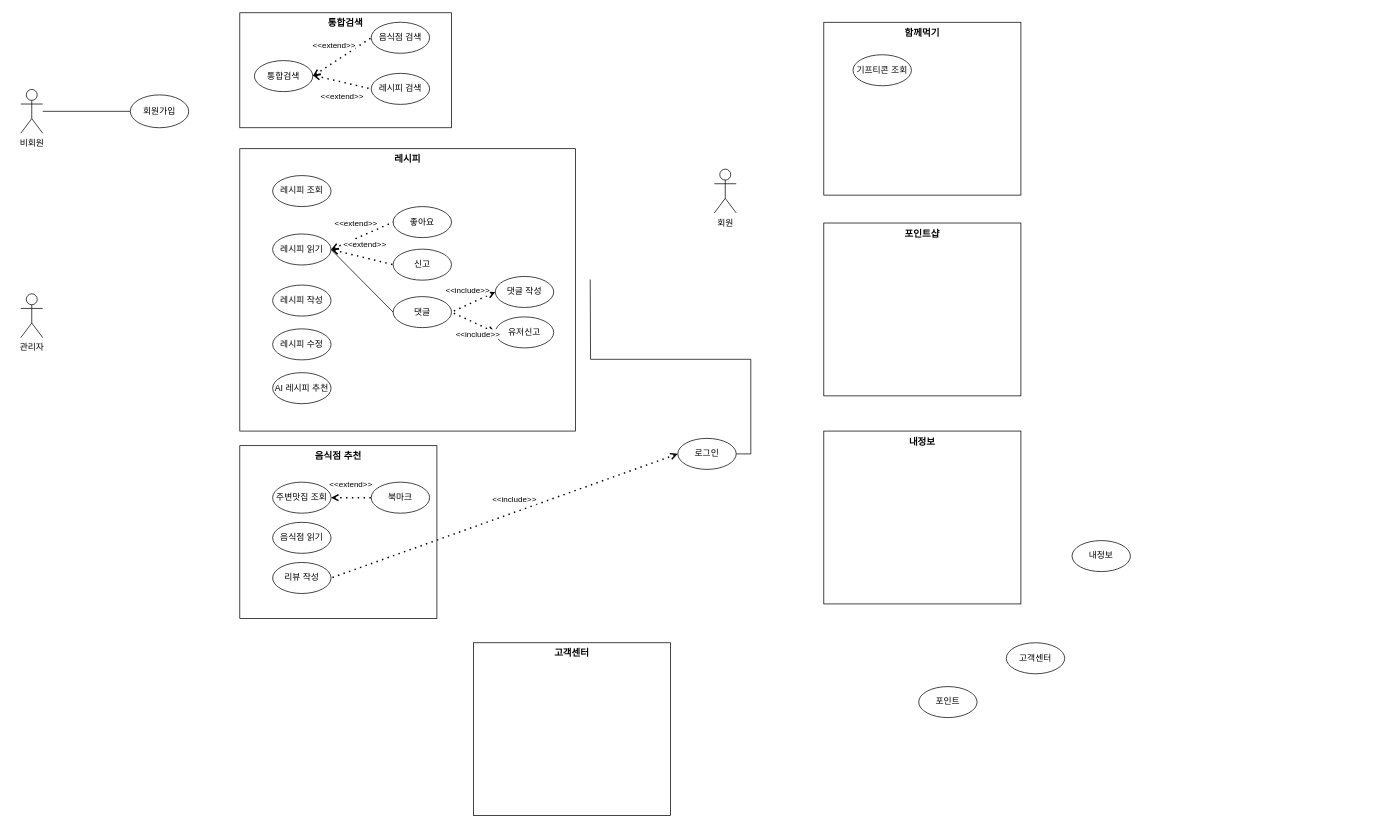
Earlier version of the draw.io diagram 01. 개인활동/usecase.drawio (Jihyeon818/DevOps_StudyNote). Source tidied: cells renumbered, new cells numbered last; positions are measured from the earlier drawing's top-left corner, leaving out a move shared by most shapes. Both pictures are drawn from the tidied source at 73%, with x=0, y=0 at pixel (20, 12).
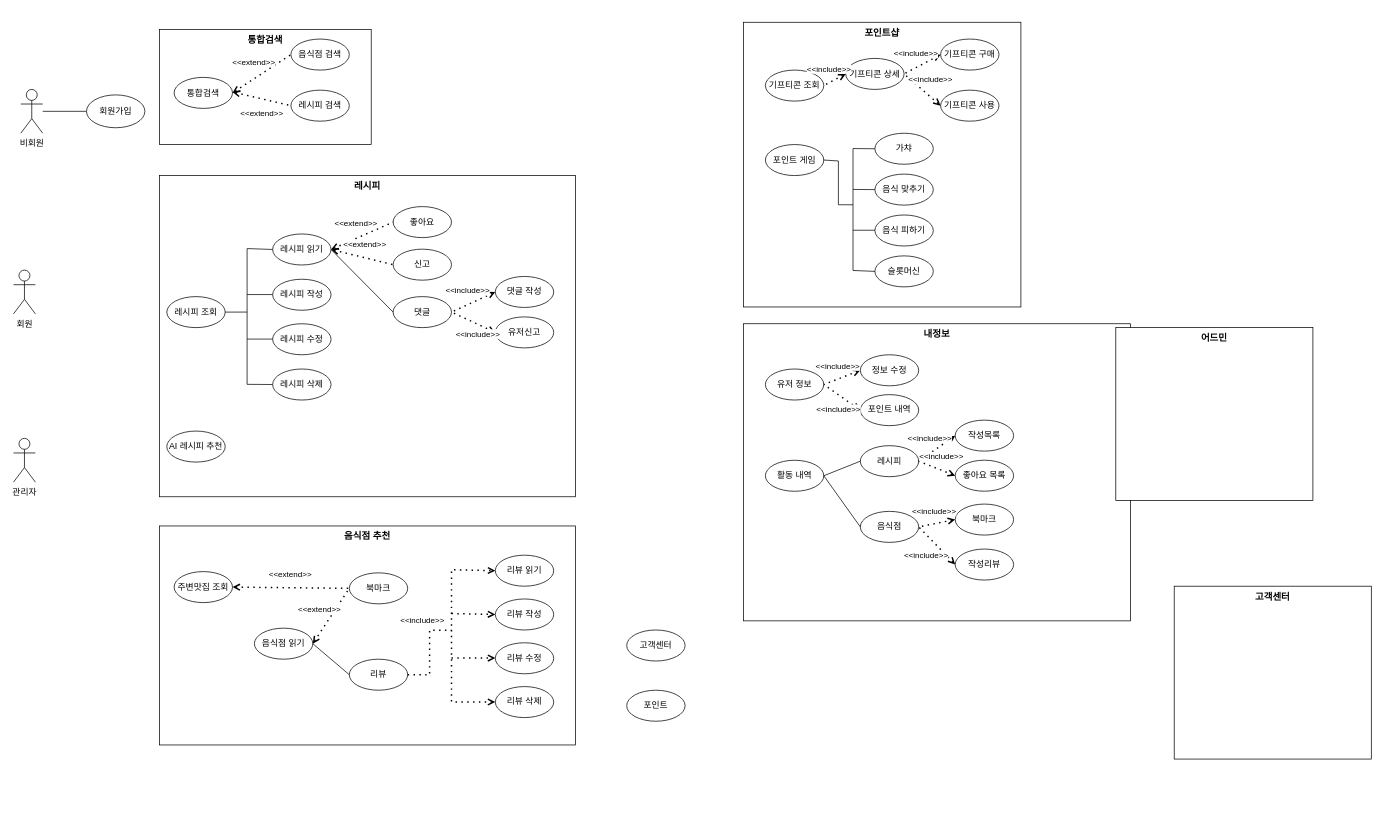
Above is the later version.

What changed in the source:
```diff
@@
+    <mxCell id="34" value="내정보" style="rounded=0;whiteSpace=wrap;html=1;fontSize=13;verticalAlign=top;fontStyle=1;" parent="1" vertex="1">
+      <mxGeometry x="990" y="426" width="530" height="407" as="geometry" />
+    </mxCell>
-    <mxCell id="2" value="함께먹기" style="rounded=0;whiteSpace=wrap;html=1;fontSize=13;verticalAlign=top;fontStyle=1;" parent="1" vertex="1">
-      <mxGeometry x="1100" y="13" width="270" height="236.8" as="geometry" />
+    <mxCell id="2" value="포인트샵" style="rounded=0;whiteSpace=wrap;html=1;fontSize=13;verticalAlign=top;fontStyle=1;" parent="1" vertex="1">
+      <mxGeometry x="990" y="13" width="380" height="390" as="geometry" />
     </mxCell>
     <mxCell id="3" value="음식점 추천" style="rounded=0;whiteSpace=wrap;html=1;fontSize=13;verticalAlign=top;fontStyle=1;" parent="1" vertex="1">
-      <mxGeometry x="300" y="593" width="270" height="236.8" as="geometry" />
+      <mxGeometry x="190" y="703" width="570" height="300" as="geometry" />
     </mxCell>
     <mxCell id="4" value="레시피" style="rounded=0;whiteSpace=wrap;html=1;fontSize=13;verticalAlign=top;fontStyle=1;" parent="1" vertex="1">
-      <mxGeometry x="300" y="186.2" width="460" height="386.8" as="geometry" />
+      <mxGeometry x="190" y="223" width="570" height="440" as="geometry" />
     </mxCell>
     <mxCell id="5" value="통합검색" style="rounded=0;whiteSpace=wrap;html=1;fontSize=13;verticalAlign=top;fontStyle=1;" parent="1" vertex="1">
-      <mxGeometry x="300" width="290" height="157.5" as="geometry" />
+      <mxGeometry x="190" y="23" width="290" height="157.5" as="geometry" />
     </mxCell>
@@
     <mxCell id="8" value="회원" style="shape=umlActor;verticalLabelPosition=bottom;verticalAlign=top;html=1;" parent="1" vertex="1">
-      <mxGeometry x="950" y="214.2" width="30" height="60" as="geometry" />
+      <mxGeometry x="-10" y="352.5" width="30" height="60" as="geometry" />
     </mxCell>
     <mxCell id="9" value="관리자" style="shape=umlActor;verticalLabelPosition=bottom;verticalAlign=top;html=1;" parent="1" vertex="1">
-      <mxGeometry y="385" width="30" height="60" as="geometry" />
+      <mxGeometry x="-10" y="583" width="30" height="60" as="geometry" />
     </mxCell>
     <mxCell id="10" value="&lt;div style=&quot;&quot;&gt;&lt;span style=&quot;background-color: initial;&quot;&gt;회원가입&lt;/span&gt;&lt;/div&gt;" style="ellipse;whiteSpace=wrap;html=1;verticalAlign=middle;align=center;" parent="1" vertex="1">
-      <mxGeometry x="150" y="112.5" width="80" height="45" as="geometry" />
+      <mxGeometry x="90" y="112.5" width="80" height="45" as="geometry" />
     </mxCell>
-    <mxCell id="11" style="edgeStyle=orthogonalEdgeStyle;rounded=0;jettySize=auto;html=1;exitX=1;exitY=0.5;exitDx=0;exitDy=0;endArrow=none;endFill=0;" parent="1" edge="1" source="12">
-      <mxGeometry relative="1" as="geometry">
-        <mxPoint x="780" y="365.4" as="targetPoint" />
-      </mxGeometry>
-    </mxCell>
-    <mxCell id="12" value="로그인" style="ellipse;whiteSpace=wrap;html=1;" parent="1" vertex="1">
-      <mxGeometry x="900" y="583" width="80" height="42.5" as="geometry" />
-    </mxCell>
     <mxCell id="13" value="고객센터" style="ellipse;whiteSpace=wrap;html=1;" parent="1" vertex="1">
-      <mxGeometry x="1350" y="863" width="80" height="42.5" as="geometry" />
+      <mxGeometry x="830" y="845.5" width="80" height="42.5" as="geometry" />
     </mxCell>
     <mxCell id="14" value="통합검색" style="ellipse;whiteSpace=wrap;html=1;" parent="1" vertex="1">
-      <mxGeometry x="320" y="65.5" width="80" height="42.5" as="geometry" />
+      <mxGeometry x="210" y="88.5" width="80" height="42.5" as="geometry" />
     </mxCell>
     <mxCell id="15" value="레시피 조회" style="ellipse;whiteSpace=wrap;html=1;" parent="1" vertex="1">
-      <mxGeometry x="345" y="223" width="80" height="42.5" as="geometry" />
+      <mxGeometry x="200" y="388.8" width="80" height="42.5" as="geometry" />
     </mxCell>
     <mxCell id="16" value="주변맛집 조회" style="ellipse;whiteSpace=wrap;html=1;" parent="1" vertex="1">
-      <mxGeometry x="345" y="643" width="80" height="42.5" as="geometry" />
+      <mxGeometry x="210" y="765.5" width="80" height="42.5" as="geometry" />
     </mxCell>
     <mxCell id="17" value="음식점 읽기" style="ellipse;whiteSpace=wrap;html=1;" parent="1" vertex="1">
-      <mxGeometry x="345" y="698" width="80" height="42.5" as="geometry" />
+      <mxGeometry x="320" y="843" width="80" height="42.5" as="geometry" />
     </mxCell>
     <mxCell id="18" value="리뷰 작성" style="ellipse;whiteSpace=wrap;html=1;" parent="1" vertex="1">
-      <mxGeometry x="345" y="753" width="80" height="42.5" as="geometry" />
+      <mxGeometry x="650" y="803" width="80" height="42.5" as="geometry" />
     </mxCell>
-    <mxCell id="19" value="내정보" style="ellipse;whiteSpace=wrap;html=1;" parent="1" vertex="1">
-      <mxGeometry x="1440" y="723" width="80" height="42.5" as="geometry" />
+    <mxCell id="19" value="유저 정보" style="ellipse;whiteSpace=wrap;html=1;" parent="1" vertex="1">
+      <mxGeometry x="1020" y="488" width="80" height="42.5" as="geometry" />
     </mxCell>
     <mxCell id="20" value="포인트" style="ellipse;whiteSpace=wrap;html=1;" parent="1" vertex="1">
-      <mxGeometry x="1230" y="923" width="80" height="42.5" as="geometry" />
+      <mxGeometry x="830" y="928" width="80" height="42.5" as="geometry" />
     </mxCell>
     <mxCell id="21" value="레시피 검색" style="ellipse;whiteSpace=wrap;html=1;" parent="1" vertex="1">
-      <mxGeometry x="480" y="83" width="80" height="42.5" as="geometry" />
+      <mxGeometry x="370" y="106" width="80" height="42.5" as="geometry" />
     </mxCell>
     <mxCell id="22" value="음식점 검색" style="ellipse;whiteSpace=wrap;html=1;" parent="1" vertex="1">
-      <mxGeometry x="480" y="13" width="80" height="42.5" as="geometry" />
+      <mxGeometry x="370" y="36" width="80" height="42.5" as="geometry" />
     </mxCell>
@@
     <mxCell id="24" value="&amp;lt;&amp;lt;extend&amp;gt;&amp;gt;" style="endArrow=none;dashed=1;html=1;dashPattern=1 3;strokeWidth=2;rounded=0;entryX=0;entryY=0.5;entryDx=0;entryDy=0;startArrow=open;startFill=0;verticalAlign=middle;" parent="1" edge="1" target="21">
       <mxGeometry x="0.11" y="-20" relative="1" as="geometry">
-        <mxPoint x="400" y="85.5" as="sourcePoint" />
+        <mxPoint x="290" y="108.5" as="sourcePoint" />
       </mxGeometry>
     </mxCell>
-    <mxCell id="25" value="레시피 읽기" style="ellipse;whiteSpace=wrap;html=1;" parent="1" vertex="1">
+    <mxCell id="25" value="레시피 읽기" style="ellipse;whiteSpace=wrap;html=1;flipV=1;" parent="1" vertex="1">
       <mxGeometry x="345" y="303" width="80" height="42.5" as="geometry" />
     </mxCell>
-    <mxCell id="26" value="레시피 작성" style="ellipse;whiteSpace=wrap;html=1;" parent="1" vertex="1">
-      <mxGeometry x="345" y="373" width="80" height="42.5" as="geometry" />
+    <mxCell id="26" value="레시피 작성" style="ellipse;whiteSpace=wrap;html=1;flipV=1;" parent="1" vertex="1">
+      <mxGeometry x="345" y="365" width="80" height="42.5" as="geometry" />
     </mxCell>
@@
     <mxCell id="29" value="북마크" style="ellipse;whiteSpace=wrap;html=1;" parent="1" vertex="1">
-      <mxGeometry x="480" y="643" width="80" height="42.5" as="geometry" />
+      <mxGeometry x="450" y="767.2" width="80" height="42.5" as="geometry" />
     </mxCell>
@@
-    <mxCell id="31" value="&amp;lt;&amp;lt;include&amp;gt;&amp;gt;" style="endArrow=none;dashed=1;html=1;dashPattern=1 3;strokeWidth=2;rounded=0;entryX=1;entryY=0.5;entryDx=0;entryDy=0;startArrow=open;startFill=0;verticalAlign=middle;exitX=0;exitY=0.5;exitDx=0;exitDy=0;" parent="1" edge="1" source="12" target="18">
-      <mxGeometry x="-0.08" y="-16" relative="1" as="geometry" />
-    </mxCell>
     <mxCell id="32" value="기프티콘 조회" style="ellipse;whiteSpace=wrap;html=1;" parent="1" vertex="1">
-      <mxGeometry x="1140" y="57.5" width="80" height="42.5" as="geometry" />
+      <mxGeometry x="1020" y="78.5" width="80" height="42.5" as="geometry" />
     </mxCell>
     <mxCell id="33" value="AI 레시피 추천" style="ellipse;whiteSpace=wrap;html=1;" parent="1" vertex="1">
-      <mxGeometry x="345" y="493" width="80" height="42.5" as="geometry" />
+      <mxGeometry x="200" y="573" width="80" height="42.5" as="geometry" />
     </mxCell>
-    <mxCell id="34" value="포인트샵" style="rounded=0;whiteSpace=wrap;html=1;fontSize=13;verticalAlign=top;fontStyle=1;" parent="1" vertex="1">
-      <mxGeometry x="1100" y="288" width="270" height="236.8" as="geometry" />
-    </mxCell>
-    <mxCell id="35" value="내정보" style="rounded=0;whiteSpace=wrap;html=1;fontSize=13;verticalAlign=top;fontStyle=1;" parent="1" vertex="1">
-      <mxGeometry x="1100" y="573" width="270" height="236.8" as="geometry" />
+    <mxCell id="35" value="고객센터" style="rounded=0;whiteSpace=wrap;html=1;fontSize=13;verticalAlign=top;fontStyle=1;" parent="1" vertex="1">
+      <mxGeometry x="1580" y="785.5" width="270" height="236.8" as="geometry" />
     </mxCell>
-    <mxCell id="36" value="고객센터" style="rounded=0;whiteSpace=wrap;html=1;fontSize=13;verticalAlign=top;fontStyle=1;" parent="1" vertex="1">
-      <mxGeometry x="620" y="863" width="270" height="236.8" as="geometry" />
+    <mxCell id="36" value="어드민" style="rounded=0;whiteSpace=wrap;html=1;fontSize=13;verticalAlign=top;fontStyle=1;" parent="1" vertex="1">
+      <mxGeometry x="1500" y="431.2" width="270" height="236.8" as="geometry" />
     </mxCell>
@@
-    <mxCell id="39" value="레시피 수정" style="ellipse;whiteSpace=wrap;html=1;" parent="1" vertex="1">
-      <mxGeometry x="345" y="433" width="80" height="42.5" as="geometry" />
+    <mxCell id="39" value="레시피 수정" style="ellipse;whiteSpace=wrap;html=1;flipV=1;" parent="1" vertex="1">
+      <mxGeometry x="345" y="426" width="80" height="42.5" as="geometry" />
     </mxCell>
@@
+    <mxCell id="46" value="리뷰" style="ellipse;whiteSpace=wrap;html=1;" parent="1" vertex="1">
+      <mxGeometry x="450" y="885.5" width="80" height="42.5" as="geometry" />
+    </mxCell>
+    <mxCell id="47" value="리뷰 수정" style="ellipse;whiteSpace=wrap;html=1;" parent="1" vertex="1">
+      <mxGeometry x="650" y="863" width="80" height="42.5" as="geometry" />
+    </mxCell>
+    <mxCell id="48" value="리뷰 읽기" style="ellipse;whiteSpace=wrap;html=1;" parent="1" vertex="1">
+      <mxGeometry x="650" y="743" width="80" height="42.5" as="geometry" />
+    </mxCell>
+    <mxCell id="49" value="레시피 삭제" style="ellipse;whiteSpace=wrap;html=1;flipV=1;" parent="1" vertex="1">
+      <mxGeometry x="345" y="488" width="80" height="42.5" as="geometry" />
+    </mxCell>
+    <mxCell id="50" value="&amp;lt;&amp;lt;extend&amp;gt;&amp;gt;" style="endArrow=none;dashed=1;html=1;dashPattern=1 3;strokeWidth=2;rounded=0;exitX=1;exitY=0.5;exitDx=0;exitDy=0;startArrow=open;startFill=0;verticalAlign=middle;entryX=0;entryY=0.5;entryDx=0;entryDy=0;" parent="1" edge="1" source="17" target="29">
+      <mxGeometry y="18" relative="1" as="geometry">
+        <mxPoint x="-1" as="offset" />
+      </mxGeometry>
+    </mxCell>
+    <mxCell id="51" style="endArrow=none;html=1;rounded=0;entryX=1;entryY=0.5;entryDx=0;entryDy=0;exitX=0;exitY=0.5;exitDx=0;exitDy=0;" parent="1" edge="1" source="46" target="17">
+      <mxGeometry relative="1" as="geometry" />
+    </mxCell>
+    <mxCell id="52" value="리뷰 삭제" style="ellipse;whiteSpace=wrap;html=1;" parent="1" vertex="1">
+      <mxGeometry x="650" y="923" width="80" height="42.5" as="geometry" />
+    </mxCell>
+    <mxCell id="53" style="endArrow=open;dashed=1;html=1;dashPattern=1 3;strokeWidth=2;rounded=0;entryX=0;entryY=0.5;entryDx=0;entryDy=0;exitX=0;exitY=0.5;exitDx=0;exitDy=0;startArrow=open;startFill=0;endFill=0;" parent="1" edge="1" source="52" target="48">
+      <mxGeometry relative="1" as="geometry">
+        <Array as="points">
+          <mxPoint x="590" y="944" />
+          <mxPoint x="590" y="763" />
+        </Array>
+      </mxGeometry>
+    </mxCell>
+    <mxCell id="54" style="endArrow=open;dashed=1;html=1;dashPattern=1 3;strokeWidth=2;rounded=0;entryX=0;entryY=0.5;entryDx=0;entryDy=0;endFill=0;" parent="1" edge="1" target="18">
+      <mxGeometry relative="1" as="geometry">
+        <mxPoint x="590" y="823" as="sourcePoint" />
+      </mxGeometry>
+    </mxCell>
+    <mxCell id="55" style="endArrow=open;dashed=1;html=1;dashPattern=1 3;strokeWidth=2;rounded=0;endFill=0;" parent="1" edge="1">
+      <mxGeometry relative="1" as="geometry">
+        <mxPoint x="590" y="883.8" as="sourcePoint" />
+        <mxPoint x="650" y="884" as="targetPoint" />
+      </mxGeometry>
+    </mxCell>
+    <mxCell id="56" value="&amp;lt;&amp;lt;include&amp;gt;&amp;gt;" style="endArrow=none;dashed=1;html=1;dashPattern=1 3;strokeWidth=2;rounded=0;exitX=1;exitY=0.5;exitDx=0;exitDy=0;" parent="1" edge="1" source="46">
+      <mxGeometry x="0.5" y="16" relative="1" as="geometry">
+        <mxPoint x="590" y="845.8" as="targetPoint" />
+        <Array as="points">
+          <mxPoint x="560" y="907" />
+          <mxPoint x="560" y="846" />
+        </Array>
+        <mxPoint x="-10" y="3" as="offset" />
+      </mxGeometry>
+    </mxCell>
+    <mxCell id="57" style="endArrow=none;html=1;rounded=0;entryX=0;entryY=0.5;entryDx=0;entryDy=0;exitX=0;exitY=0.5;exitDx=0;exitDy=0;" parent="1" edge="1" source="49" target="25">
+      <mxGeometry relative="1" as="geometry">
+        <Array as="points">
+          <mxPoint x="310" y="509" />
+          <mxPoint x="310" y="323" />
+        </Array>
+      </mxGeometry>
+    </mxCell>
+    <mxCell id="58" style="endArrow=none;html=1;rounded=0;entryX=0;entryY=0.5;entryDx=0;entryDy=0;" parent="1" edge="1">
+      <mxGeometry relative="1" as="geometry">
+        <mxPoint x="310" y="386" as="sourcePoint" />
+        <mxPoint x="345" y="386" as="targetPoint" />
+      </mxGeometry>
+    </mxCell>
+    <mxCell id="59" style="endArrow=none;html=1;rounded=0;entryX=0;entryY=0.5;entryDx=0;entryDy=0;" parent="1" edge="1">
+      <mxGeometry relative="1" as="geometry">
+        <mxPoint x="310" y="447" as="sourcePoint" />
+        <mxPoint x="345" y="447" as="targetPoint" />
+      </mxGeometry>
+    </mxCell>
+    <mxCell id="60" style="endArrow=none;html=1;rounded=0;exitX=1;exitY=0.5;exitDx=0;exitDy=0;" parent="1" edge="1" source="15">
+      <mxGeometry relative="1" as="geometry">
+        <mxPoint x="310" y="410" as="targetPoint" />
+      </mxGeometry>
+    </mxCell>
+    <mxCell id="61" value="기프티콘 상세" style="ellipse;whiteSpace=wrap;html=1;" parent="1" vertex="1">
+      <mxGeometry x="1130" y="62.5" width="80" height="42.5" as="geometry" />
+    </mxCell>
+    <mxCell id="62" value="기프티콘 구매" style="ellipse;whiteSpace=wrap;html=1;" parent="1" vertex="1">
+      <mxGeometry x="1260" y="36" width="80" height="42.5" as="geometry" />
+    </mxCell>
+    <mxCell id="63" value="기프티콘 사용" style="ellipse;whiteSpace=wrap;html=1;" parent="1" vertex="1">
+      <mxGeometry x="1260" y="106" width="80" height="42.5" as="geometry" />
+    </mxCell>
+    <mxCell id="64" value="포인트 게임" style="ellipse;whiteSpace=wrap;html=1;" parent="1" vertex="1">
+      <mxGeometry x="1020" y="180.5" width="80" height="42.5" as="geometry" />
+    </mxCell>
+    <mxCell id="65" value="가챠" style="ellipse;whiteSpace=wrap;html=1;" parent="1" vertex="1">
+      <mxGeometry x="1170" y="165" width="80" height="42.5" as="geometry" />
+    </mxCell>
+    <mxCell id="66" value="음식 맞추기" style="ellipse;whiteSpace=wrap;html=1;" parent="1" vertex="1">
+      <mxGeometry x="1170" y="221" width="80" height="42.5" as="geometry" />
+    </mxCell>
+    <mxCell id="67" value="음식 피하기" style="ellipse;whiteSpace=wrap;html=1;" parent="1" vertex="1">
+      <mxGeometry x="1170" y="277" width="80" height="42.5" as="geometry" />
+    </mxCell>
+    <mxCell id="68" value="슬롯머신" style="ellipse;whiteSpace=wrap;html=1;" parent="1" vertex="1">
+      <mxGeometry x="1170" y="333" width="80" height="42.5" as="geometry" />
+    </mxCell>
+    <mxCell id="69" value="&amp;lt;&amp;lt;include&amp;gt;&amp;gt;" style="endArrow=none;dashed=1;html=1;dashPattern=1 3;strokeWidth=2;rounded=0;entryX=1;entryY=0.5;entryDx=0;entryDy=0;startArrow=open;startFill=0;verticalAlign=middle;exitX=0;exitY=0.5;exitDx=0;exitDy=0;" parent="1" edge="1" source="62" target="61">
+      <mxGeometry x="0.02" y="-17" relative="1" as="geometry" />
+    </mxCell>
+    <mxCell id="70" value="&amp;lt;&amp;lt;include&amp;gt;&amp;gt;" style="endArrow=none;dashed=1;html=1;dashPattern=1 3;strokeWidth=2;rounded=0;entryX=1;entryY=0.5;entryDx=0;entryDy=0;startArrow=open;startFill=0;verticalAlign=middle;exitX=0;exitY=0.5;exitDx=0;exitDy=0;" parent="1" edge="1" source="63" target="61">
+      <mxGeometry x="0.02" y="-17" relative="1" as="geometry" />
+    </mxCell>
+    <mxCell id="71" value="&amp;lt;&amp;lt;include&amp;gt;&amp;gt;" style="endArrow=none;dashed=1;html=1;dashPattern=1 3;strokeWidth=2;rounded=0;entryX=1;entryY=0.5;entryDx=0;entryDy=0;startArrow=open;startFill=0;verticalAlign=middle;exitX=0;exitY=0.5;exitDx=0;exitDy=0;" parent="1" edge="1" source="61" target="32">
+      <mxGeometry x="0.02" y="-17" relative="1" as="geometry" />
+    </mxCell>
+    <mxCell id="72" style="endArrow=none;html=1;rounded=0;entryX=0;entryY=0.5;entryDx=0;entryDy=0;exitX=0;exitY=0.5;exitDx=0;exitDy=0;" parent="1" edge="1" source="68" target="65">
+      <mxGeometry relative="1" as="geometry">
+        <Array as="points">
+          <mxPoint x="1140" y="353" />
+          <mxPoint x="1140" y="186" />
+        </Array>
+      </mxGeometry>
+    </mxCell>
+    <mxCell id="73" style="endArrow=none;html=1;rounded=0;entryX=0;entryY=0.5;entryDx=0;entryDy=0;" parent="1" edge="1" target="66">
+      <mxGeometry relative="1" as="geometry">
+        <mxPoint x="1140" y="242" as="sourcePoint" />
+      </mxGeometry>
+    </mxCell>
+    <mxCell id="74" style="endArrow=none;html=1;rounded=0;entryX=0;entryY=0.5;entryDx=0;entryDy=0;" parent="1" edge="1">
+      <mxGeometry relative="1" as="geometry">
+        <mxPoint x="1140" y="297.9" as="sourcePoint" />
+        <mxPoint x="1170" y="297.9" as="targetPoint" />
+      </mxGeometry>
+    </mxCell>
+    <mxCell id="75" style="endArrow=none;html=1;rounded=0;exitX=1;exitY=0.5;exitDx=0;exitDy=0;" parent="1" edge="1" source="64">
+      <mxGeometry relative="1" as="geometry">
+        <mxPoint x="1140" y="263" as="targetPoint" />
+        <Array as="points">
+          <mxPoint x="1120" y="203" />
+          <mxPoint x="1120" y="263" />
+        </Array>
+      </mxGeometry>
+    </mxCell>
+    <mxCell id="76" value="활동 내역" style="ellipse;whiteSpace=wrap;html=1;" parent="1" vertex="1">
+      <mxGeometry x="1020" y="613" width="80" height="42.5" as="geometry" />
+    </mxCell>
+    <mxCell id="77" value="정보 수정" style="ellipse;whiteSpace=wrap;html=1;" parent="1" vertex="1">
+      <mxGeometry x="1150" y="468.5" width="80" height="42.5" as="geometry" />
+    </mxCell>
+    <mxCell id="78" value="포인트 내역" style="ellipse;whiteSpace=wrap;html=1;" parent="1" vertex="1">
+      <mxGeometry x="1150" y="523.1" width="80" height="42.5" as="geometry" />
+    </mxCell>
+    <mxCell id="79" value="작성목록" style="ellipse;whiteSpace=wrap;html=1;" parent="1" vertex="1">
+      <mxGeometry x="1280" y="558" width="80" height="42.5" as="geometry" />
+    </mxCell>
+    <mxCell id="80" value="레시피" style="ellipse;whiteSpace=wrap;html=1;" parent="1" vertex="1">
+      <mxGeometry x="1150" y="593" width="80" height="42.5" as="geometry" />
+    </mxCell>
+    <mxCell id="81" value="좋아요 목록" style="ellipse;whiteSpace=wrap;html=1;" parent="1" vertex="1">
+      <mxGeometry x="1280" y="612.9" width="80" height="42.5" as="geometry" />
+    </mxCell>
+    <mxCell id="82" value="음식점" style="ellipse;whiteSpace=wrap;html=1;" parent="1" vertex="1">
+      <mxGeometry x="1150" y="683" width="80" height="42.5" as="geometry" />
+    </mxCell>
+    <mxCell id="83" value="북마크" style="ellipse;whiteSpace=wrap;html=1;" parent="1" vertex="1">
+      <mxGeometry x="1280" y="673" width="80" height="42.5" as="geometry" />
+    </mxCell>
+    <mxCell id="84" value="작성리뷰" style="ellipse;whiteSpace=wrap;html=1;" parent="1" vertex="1">
+      <mxGeometry x="1280" y="734.6" width="80" height="42.5" as="geometry" />
+    </mxCell>
+    <mxCell id="85" value="&amp;lt;&amp;lt;include&amp;gt;&amp;gt;" style="endArrow=none;dashed=1;html=1;dashPattern=1 3;strokeWidth=2;rounded=0;entryX=1;entryY=0.5;entryDx=0;entryDy=0;startArrow=open;startFill=0;verticalAlign=middle;exitX=0;exitY=0.5;exitDx=0;exitDy=0;" parent="1" edge="1" source="78" target="19">
+      <mxGeometry x="-0.17" y="16" relative="1" as="geometry" />
+    </mxCell>
+    <mxCell id="86" value="&amp;lt;&amp;lt;include&amp;gt;&amp;gt;" style="endArrow=none;dashed=1;html=1;dashPattern=1 3;strokeWidth=2;rounded=0;entryX=1;entryY=0.5;entryDx=0;entryDy=0;startArrow=open;startFill=0;verticalAlign=middle;exitX=0;exitY=0.5;exitDx=0;exitDy=0;" parent="1" edge="1" source="77" target="19">
+      <mxGeometry x="0.02" y="-17" relative="1" as="geometry" />
+    </mxCell>
+    <mxCell id="87" style="endArrow=none;html=1;rounded=0;entryX=0;entryY=0.5;entryDx=0;entryDy=0;exitX=1;exitY=0.5;exitDx=0;exitDy=0;" parent="1" edge="1" source="76" target="80">
+      <mxGeometry relative="1" as="geometry" />
+    </mxCell>
+    <mxCell id="88" style="endArrow=none;html=1;rounded=0;entryX=0;entryY=0.5;entryDx=0;entryDy=0;exitX=1;exitY=0.5;exitDx=0;exitDy=0;" parent="1" edge="1" source="76" target="82">
+      <mxGeometry relative="1" as="geometry" />
+    </mxCell>
+    <mxCell id="89" value="&amp;lt;&amp;lt;include&amp;gt;&amp;gt;" style="endArrow=none;dashed=1;html=1;dashPattern=1 3;strokeWidth=2;rounded=0;entryX=1;entryY=0.5;entryDx=0;entryDy=0;startArrow=open;startFill=0;verticalAlign=middle;exitX=0;exitY=0.5;exitDx=0;exitDy=0;" parent="1" edge="1" source="79" target="80">
+      <mxGeometry x="0.02" y="-17" relative="1" as="geometry" />
+    </mxCell>
+    <mxCell id="90" value="&amp;lt;&amp;lt;include&amp;gt;&amp;gt;" style="endArrow=none;dashed=1;html=1;dashPattern=1 3;strokeWidth=2;rounded=0;entryX=1;entryY=0.5;entryDx=0;entryDy=0;startArrow=open;startFill=0;verticalAlign=middle;exitX=0;exitY=0.5;exitDx=0;exitDy=0;" parent="1" edge="1" source="81" target="80">
+      <mxGeometry x="0.02" y="-17" relative="1" as="geometry" />
+    </mxCell>
+    <mxCell id="91" value="&amp;lt;&amp;lt;include&amp;gt;&amp;gt;" style="endArrow=none;dashed=1;html=1;dashPattern=1 3;strokeWidth=2;rounded=0;startArrow=open;startFill=0;verticalAlign=middle;exitX=0;exitY=0.5;exitDx=0;exitDy=0;entryX=1;entryY=0.5;entryDx=0;entryDy=0;" parent="1" edge="1" source="83" target="82">
+      <mxGeometry x="0.02" y="-17" relative="1" as="geometry" />
+    </mxCell>
+    <mxCell id="92" value="&amp;lt;&amp;lt;include&amp;gt;&amp;gt;" style="endArrow=none;dashed=1;html=1;dashPattern=1 3;strokeWidth=2;rounded=0;startArrow=open;startFill=0;verticalAlign=middle;exitX=0;exitY=0.5;exitDx=0;exitDy=0;entryX=1;entryY=0.5;entryDx=0;entryDy=0;" parent="1" edge="1" source="84" target="82">
+      <mxGeometry x="0.03" y="20" relative="1" as="geometry" />
+    </mxCell>
```
